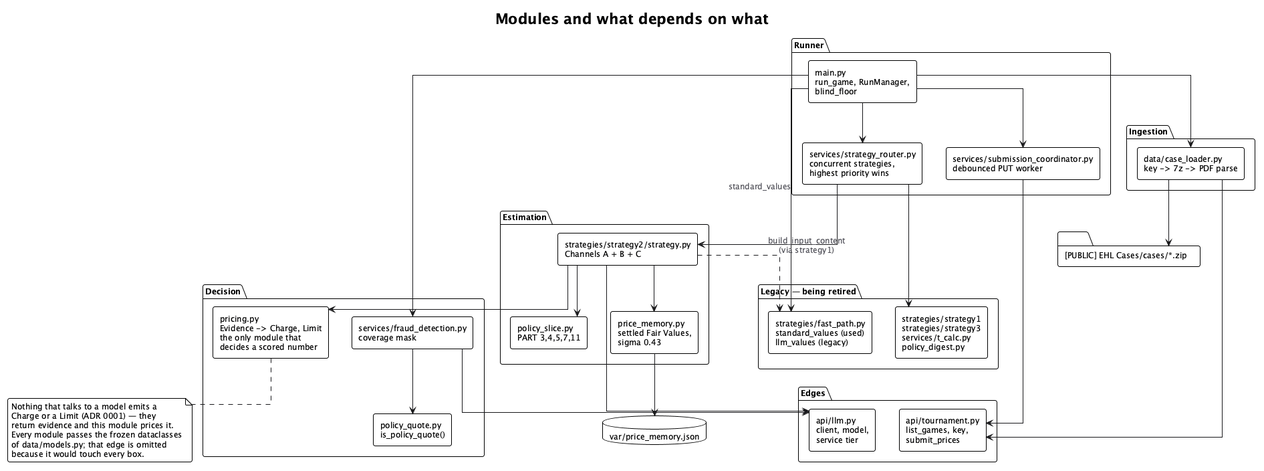
The PlantUML diagram docs/diagrams/03-components.png in eixfachZabii/WireClaim, before a commit.
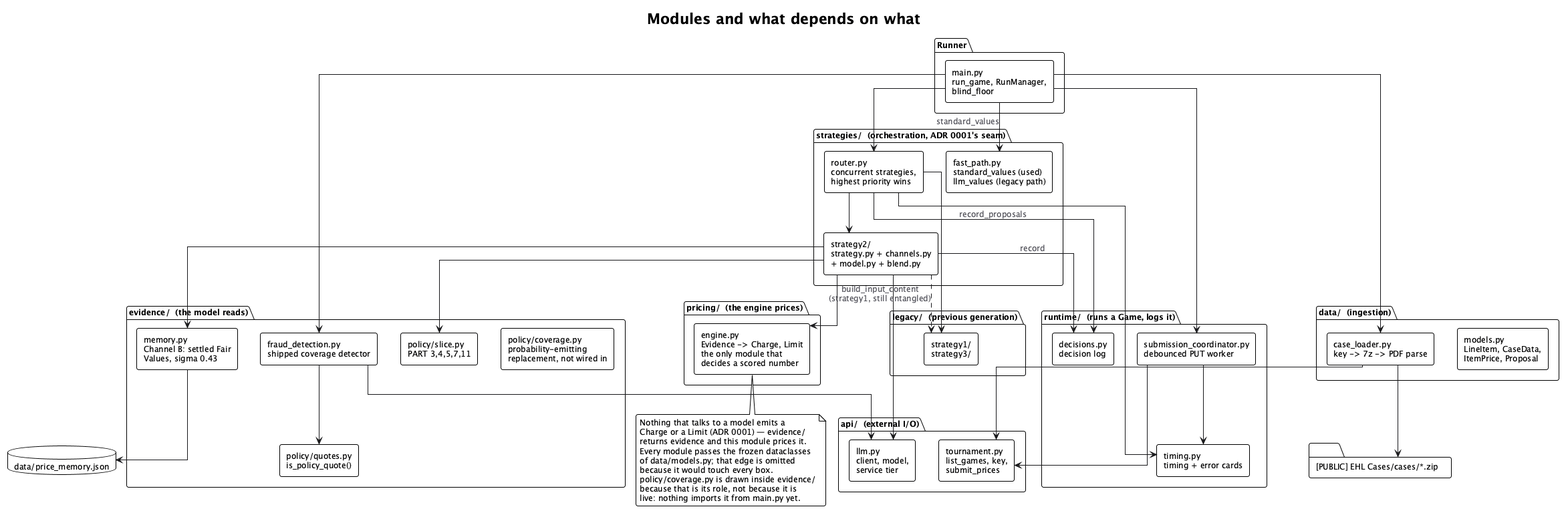
After the change.

Commit message:
Diagrams: repoint at the restructured tree, and stop showing a floor that is gone

The edit, as a diff of the source:
```diff
@@ -16,37 +16,47 @@
 
 package "Runner" {
   component "main.py\nrun_game, RunManager,\nblind_floor" as Main
-  component "services/submission_coordinator.py\ndebounced PUT worker" as SC
-  component "services/strategy_router.py\nconcurrent strategies,\nhighest priority wins" as Router
 }
 
-package "Ingestion" {
-  component "data/case_loader.py\nkey -> 7z -> PDF parse" as Loader
+package "runtime/  (runs a Game, logs it)" {
+  component "submission_coordinator.py\ndebounced PUT worker" as SC
+  component "decisions.py\ndecision log" as Decisions
+  component "timing.py\ntiming + error cards" as Timing
 }
 
-package "Estimation" {
-  component "strategies/strategy2/strategy.py\nChannels A + B + C" as S2
-  component "policy_slice.py\nPART 3,4,5,7,11" as Slice
-  component "price_memory.py\nsettled Fair Values,\nsigma 0.43" as Memory
+package "data/  (ingestion)" {
+  component "case_loader.py\nkey -> 7z -> PDF parse" as Loader
+  component "models.py\nLineItem, CaseData,\nItemPrice, Proposal" as Models
 }
 
-package "Decision" {
-  component "pricing.py\nEvidence -> Charge, Limit\nthe only module that\ndecides a scored number" as Pricing
-  component "services/fraud_detection.py\ncoverage mask" as Fraud
-  component "policy_quote.py\nis_policy_quote()" as Quote
+package "strategies/  (orchestration, ADR 0001's seam)" {
+  component "router.py\nconcurrent strategies,\nhighest priority wins" as Router
+  component "fast_path.py\nstandard_values (used)\nllm_values (legacy path)" as FP
+  component "strategy2/\nstrategy.py + channels.py\n+ model.py + blend.py" as S2
 }
 
-package "Edges" {
-  component "api/tournament.py\nlist_games, key,\nsubmit_prices" as Tour
-  component "api/llm.py\nclient, model,\nservice tier" as LLM
+package "evidence/  (the model reads)" {
+  component "memory.py\nChannel B: settled Fair\nValues, sigma 0.43" as Memory
+  component "fraud_detection.py\nshipped coverage detector" as Fraud
+  component "policy/slice.py\nPART 3,4,5,7,11" as Slice
+  component "policy/quotes.py\nis_policy_quote()" as Quote
+  component "policy/coverage.py\nprobability-emitting\nreplacement, not wired in" as Coverage
 }
 
-package "Legacy — being retired" {
-  component "strategies/fast_path.py\nstandard_values (used)\nllm_values (legacy)" as FP
-  component "strategies/strategy1\nstrategies/strategy3\nservices/t_calc.py\npolicy_digest.py" as Legacy
+package "pricing/  (the engine prices)" {
+  component "engine.py\nEvidence -> Charge, Limit\nthe only module that\ndecides a scored number" as Pricing
 }
 
-database "var/price_memory.json" as Store
+package "legacy/  (previous generation)" {
+  component "strategy1/\nstrategy3/" as Legacy
+}
+
+package "api/  (external I/O)" {
+  component "tournament.py\nlist_games, key,\nsubmit_prices" as Tour
+  component "llm.py\nclient, model,\nservice tier" as LLM
+}
+
+database "data/price_memory.json" as Store
 folder "[PUBLIC] EHL Cases/cases/*.zip" as Archives
 
 Main --> SC
@@ -57,15 +67,20 @@
 
 Router --> S2
 Router --> Legacy
+Router --> Decisions : record_proposals
 
 S2 --> Slice
 S2 --> Memory
 S2 --> Pricing
 S2 --> LLM
-S2 ..> FP : build_input_content\n(via strategy1)
+S2 --> Decisions : record
+S2 ..> Legacy : build_input_content\n(strategy1, still entangled)
 
 Fraud --> Quote
 Fraud --> LLM
+
+SC --> Timing
+Router --> Timing
 
 Memory --> Store
 Loader --> Archives
@@ -74,10 +89,13 @@
 
 note bottom of Pricing
   Nothing that talks to a model emits a
-  Charge or a Limit (ADR 0001) — they
-  return evidence and this module prices it.
+  Charge or a Limit (ADR 0001) — evidence/
+  returns evidence and this module prices it.
   Every module passes the frozen dataclasses
   of data/models.py; that edge is omitted
   because it would touch every box.
+  policy/coverage.py is drawn inside evidence/
+  because that is its role, not because it is
+  live: nothing imports it from main.py yet.
 end note
 @enduml
```
